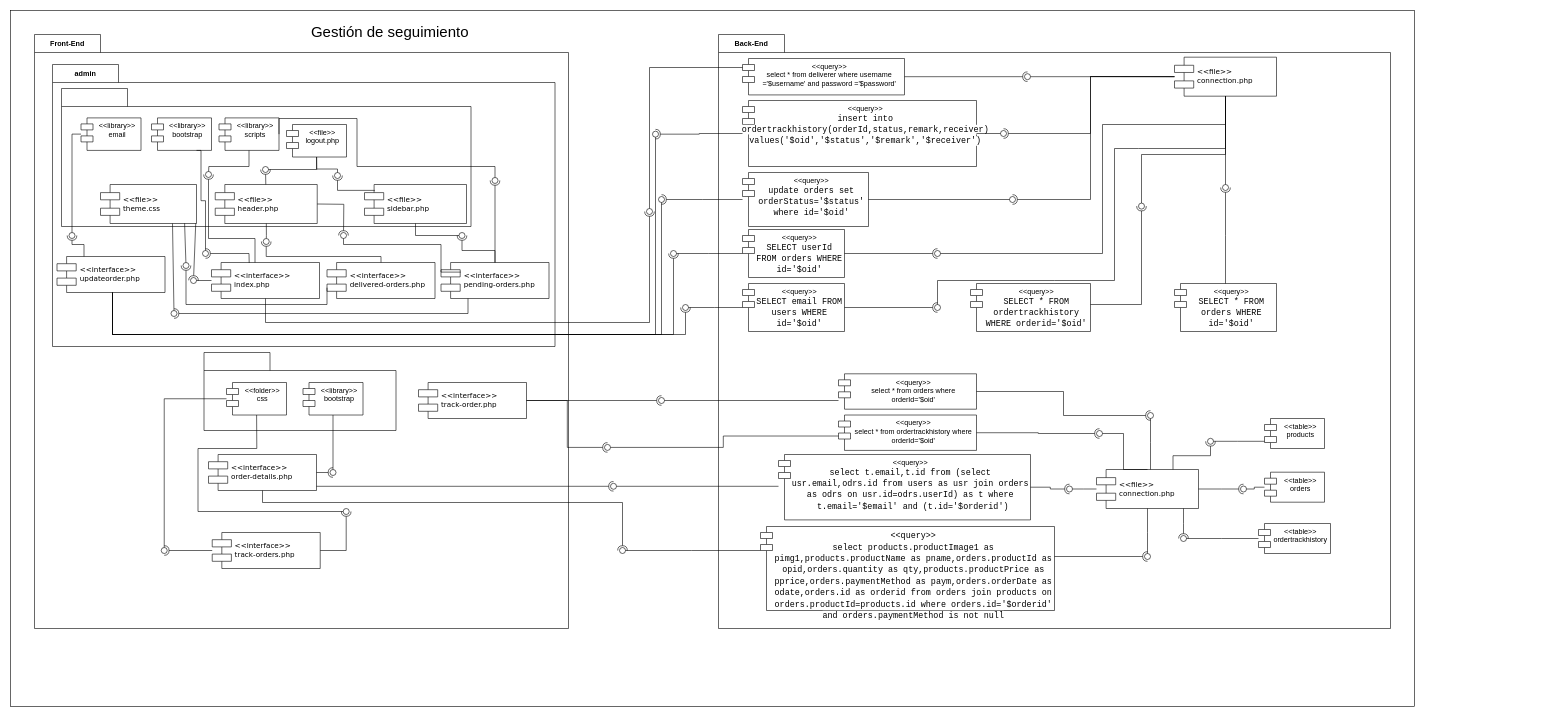
Before: Diagramas/DiagramaNuevoJorge.drawio in JorgeADnro/Torres, a draw.io diagram. Source tidied: cells renumbered, new cells numbered last; positions are measured from the earlier drawing's top-left corner, leaving out a move shared by most shapes. Both pictures are drawn from the tidied source at 60%, with x=0, y=0 at pixel (10, 10).
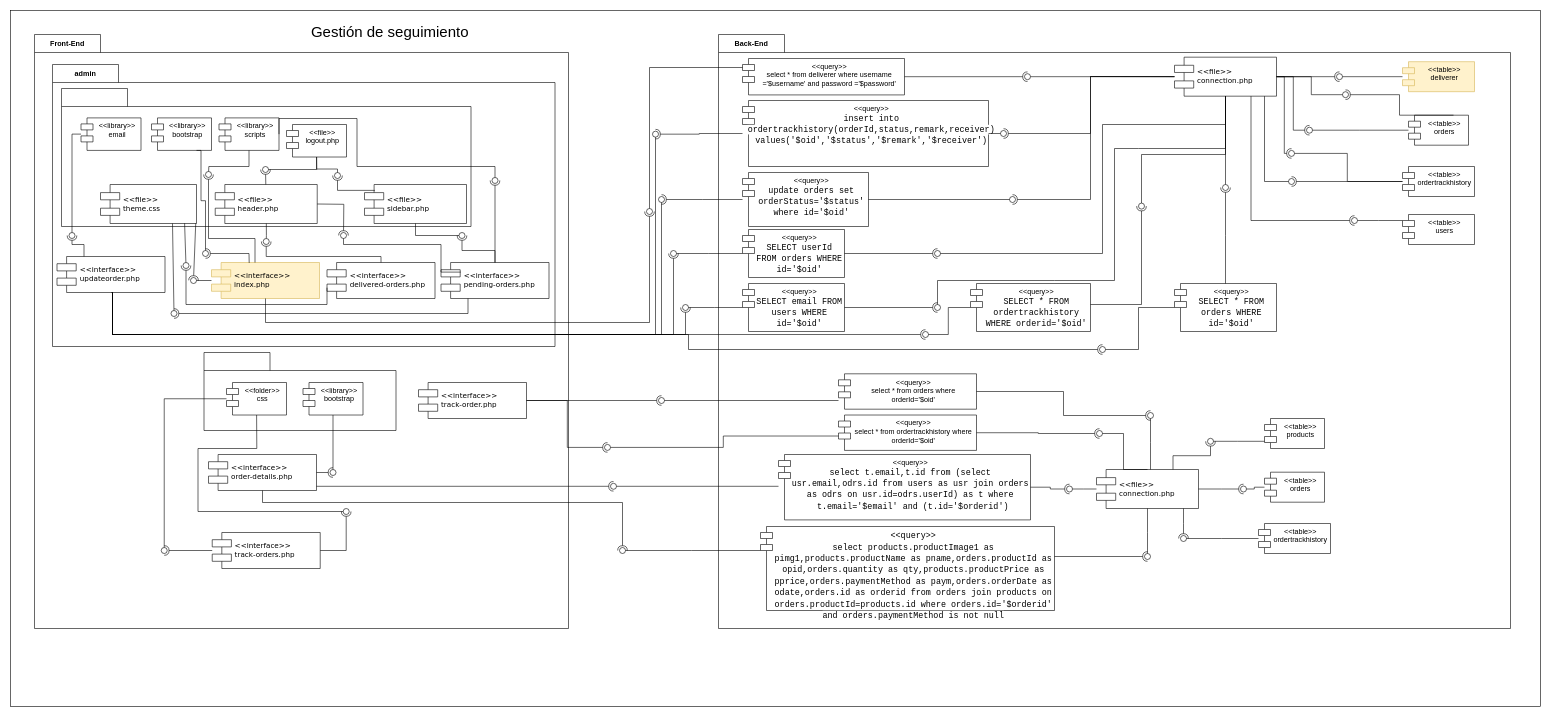
The same page after the edit.

Unchanged cells that the change refers to:
```xml
<mxCell id="120" value="&amp;lt;&amp;lt;file&amp;gt;&amp;gt;&lt;br&gt;connection.php" style="shape=component;align=left;spacingLeft=36;rounded=0;shadow=0;comic=0;labelBackgroundColor=none;strokeWidth=1;fontFamily=Verdana;fontSize=12;html=1;" parent="1" vertex="1">
  <mxGeometry x="1940" y="77.8" width="170" height="65" as="geometry" />
</mxCell>
<mxCell id="141" value="&amp;lt;&amp;lt;query&amp;gt;&amp;gt;&lt;br&gt;&lt;div style=&quot;font-family: Consolas, &amp;quot;Courier New&amp;quot;, monospace; font-size: 14px; line-height: 19px;&quot;&gt;&lt;span style=&quot;background-color: rgb(255, 255, 255);&quot;&gt;SELECT * FROM ordertrackhistory WHERE orderid='$oid'&lt;/span&gt;&lt;/div&gt;" style="shape=module;align=left;spacingLeft=20;align=center;verticalAlign=top;whiteSpace=wrap;html=1;" parent="1" vertex="1">
  <mxGeometry x="1600" y="455" width="200" height="80" as="geometry" />
</mxCell>
<mxCell id="142" value="&amp;lt;&amp;lt;query&amp;gt;&amp;gt;&lt;br&gt;&lt;div style=&quot;font-family: Consolas, &amp;quot;Courier New&amp;quot;, monospace; font-size: 14px; line-height: 19px;&quot;&gt;&lt;span style=&quot;background-color: rgb(255, 255, 255);&quot;&gt;SELECT * FROM orders WHERE id='$oid'&lt;/span&gt;&lt;/div&gt;" style="shape=module;align=left;spacingLeft=20;align=center;verticalAlign=top;whiteSpace=wrap;html=1;" parent="1" vertex="1">
  <mxGeometry x="1940" y="455" width="170" height="80" as="geometry" />
</mxCell>
```

Change to the diagram source:
```diff
@@
     <mxCell id="2" style="rounded=0;whiteSpace=wrap;html=1;" parent="1" vertex="1">
-      <mxGeometry width="2340" height="1160" as="geometry" />
+      <mxGeometry width="2550" height="1160" as="geometry" />
     </mxCell>
@@
-    <mxCell id="10" value="&amp;lt;&amp;lt;interface&amp;gt;&amp;gt;&lt;br&gt;index.php" style="shape=component;align=left;spacingLeft=36;rounded=0;shadow=0;comic=0;labelBackgroundColor=none;strokeWidth=1;fontFamily=Verdana;fontSize=12;html=1;" parent="1" vertex="1">
+    <mxCell id="10" value="&amp;lt;&amp;lt;interface&amp;gt;&amp;gt;&lt;br&gt;index.php" style="shape=component;align=left;spacingLeft=36;rounded=0;shadow=0;comic=0;labelBackgroundColor=none;strokeWidth=1;fontFamily=Verdana;fontSize=12;html=1;fillColor=#fff2cc;strokeColor=#d6b656;" parent="1" vertex="1">
       <mxGeometry x="335" y="420" width="180" height="60" as="geometry" />
     </mxCell>
@@
     <mxCell id="78" value="Back-End" style="shape=folder;fontStyle=1;tabWidth=110;tabHeight=30;tabPosition=left;html=1;boundedLbl=1;labelInHeader=1;whiteSpace=wrap;" parent="1" vertex="1">
-      <mxGeometry x="1180" y="40" width="1120" height="990" as="geometry" />
+      <mxGeometry x="1180" y="40" width="1320" height="990" as="geometry" />
     </mxCell>
@@
     <mxCell id="125" value="&amp;lt;&amp;lt;query&amp;gt;&amp;gt;&lt;br&gt;&lt;div style=&quot;font-family: Consolas, &amp;quot;Courier New&amp;quot;, monospace; font-size: 14px; line-height: 19px;&quot;&gt;&lt;span style=&quot;background-color: rgb(255, 255, 255);&quot;&gt;insert into ordertrackhistory(orderId,status,remark,receiver) values('$oid','$status','$remark','$receiver')&lt;/span&gt;&lt;/div&gt;" style="shape=module;align=left;spacingLeft=20;align=center;verticalAlign=top;whiteSpace=wrap;html=1;" parent="1" vertex="1">
-      <mxGeometry x="1220" y="150" width="390" height="110" as="geometry" />
+      <mxGeometry x="1220" y="150" width="410" height="110" as="geometry" />
     </mxCell>
@@
+    <mxCell id="164" value="&amp;lt;&amp;lt;table&amp;gt;&amp;gt;&lt;br&gt;orders" style="shape=module;align=left;spacingLeft=20;align=center;verticalAlign=top;whiteSpace=wrap;html=1;" parent="1" vertex="1">
+      <mxGeometry x="2330" y="174.5" width="100" height="50" as="geometry" />
+    </mxCell>
+    <mxCell id="165" value="&amp;lt;&amp;lt;table&amp;gt;&amp;gt;&lt;br&gt;ordertrackhistory" style="shape=module;align=left;spacingLeft=20;align=center;verticalAlign=top;whiteSpace=wrap;html=1;" parent="1" vertex="1">
+      <mxGeometry x="2320" y="260" width="120" height="50" as="geometry" />
+    </mxCell>
+    <mxCell id="166" value="&amp;lt;&amp;lt;table&amp;gt;&amp;gt;&lt;br&gt;users" style="shape=module;align=left;spacingLeft=20;align=center;verticalAlign=top;whiteSpace=wrap;html=1;" parent="1" vertex="1">
+      <mxGeometry x="2320" y="340" width="120" height="50" as="geometry" />
+    </mxCell>
+    <mxCell id="167" value="&amp;lt;&amp;lt;table&amp;gt;&amp;gt;&lt;br&gt;deliverer" style="shape=module;align=left;spacingLeft=20;align=center;verticalAlign=top;whiteSpace=wrap;html=1;fillColor=#fff2cc;strokeColor=#d6b656;" parent="1" vertex="1">
+      <mxGeometry x="2320" y="85.3" width="120" height="50" as="geometry" />
+    </mxCell>
+    <mxCell id="168" style="rounded=0;jettySize=auto;html=1;endArrow=halfCircle;endFill=0;endSize=6;strokeWidth=1;sketch=0;" parent="1" edge="1" source="120" target="170">
+      <mxGeometry relative="1" as="geometry" />
+    </mxCell>
+    <mxCell id="169" style="rounded=0;jettySize=auto;html=1;endArrow=oval;endFill=0;sketch=0;sourcePerimeterSpacing=0;targetPerimeterSpacing=0;endSize=10;" parent="1" edge="1" source="167" target="170">
+      <mxGeometry relative="1" as="geometry" />
+    </mxCell>
+    <mxCell id="170" style="ellipse;whiteSpace=wrap;html=1;align=center;fillColor=none;strokeColor=none;perimeter=centerPerimeter;points=[];outlineConnect=1;" parent="1" vertex="1">
+      <mxGeometry x="2210" y="105.3" width="10" height="10" as="geometry" />
+    </mxCell>
+    <mxCell id="171" style="rounded=0;jettySize=auto;html=1;endArrow=halfCircle;endFill=0;endSize=6;strokeWidth=1;sketch=0;edgeStyle=elbowEdgeStyle;exitX=0.75;exitY=0;exitDx=0;exitDy=0;" parent="1" edge="1" source="164" target="173">
+      <mxGeometry relative="1" as="geometry" />
+    </mxCell>
+    <mxCell id="172" style="rounded=0;jettySize=auto;html=1;endArrow=oval;endFill=0;sketch=0;sourcePerimeterSpacing=0;targetPerimeterSpacing=0;endSize=10;edgeStyle=elbowEdgeStyle;" parent="1" edge="1" source="120" target="173">
+      <mxGeometry relative="1" as="geometry" />
+    </mxCell>
+    <mxCell id="173" style="ellipse;whiteSpace=wrap;html=1;align=center;fillColor=none;strokeColor=none;perimeter=centerPerimeter;points=[];outlineConnect=1;" parent="1" vertex="1">
+      <mxGeometry x="2220" y="135.3" width="10" height="10" as="geometry" />
+    </mxCell>
+    <mxCell id="174" style="rounded=0;jettySize=auto;html=1;endArrow=halfCircle;endFill=0;endSize=6;strokeWidth=1;sketch=0;edgeStyle=elbowEdgeStyle;" parent="1" edge="1" source="120" target="176">
+      <mxGeometry relative="1" as="geometry" />
+    </mxCell>
+    <mxCell id="175" style="rounded=0;jettySize=auto;html=1;endArrow=oval;endFill=0;sketch=0;sourcePerimeterSpacing=0;targetPerimeterSpacing=0;endSize=10;edgeStyle=elbowEdgeStyle;" parent="1" edge="1" source="164" target="176">
+      <mxGeometry relative="1" as="geometry" />
+    </mxCell>
+    <mxCell id="176" style="ellipse;whiteSpace=wrap;html=1;align=center;fillColor=none;strokeColor=none;perimeter=centerPerimeter;points=[];outlineConnect=1;" parent="1" vertex="1">
+      <mxGeometry x="2160" y="194.5" width="10" height="10" as="geometry" />
+    </mxCell>
+    <mxCell id="177" style="rounded=0;jettySize=auto;html=1;endArrow=halfCircle;endFill=0;endSize=6;strokeWidth=1;sketch=0;edgeStyle=elbowEdgeStyle;elbow=vertical;exitX=0.75;exitY=1;exitDx=0;exitDy=0;" parent="1" edge="1" source="120" target="179">
+      <mxGeometry relative="1" as="geometry">
+        <Array as="points">
+          <mxPoint x="2160" y="350" />
+        </Array>
+      </mxGeometry>
+    </mxCell>
+    <mxCell id="178" style="rounded=0;jettySize=auto;html=1;endArrow=oval;endFill=0;sketch=0;sourcePerimeterSpacing=0;targetPerimeterSpacing=0;endSize=10;edgeStyle=elbowEdgeStyle;elbow=vertical;" parent="1" edge="1" source="166" target="179">
+      <mxGeometry relative="1" as="geometry" />
+    </mxCell>
+    <mxCell id="179" style="ellipse;whiteSpace=wrap;html=1;align=center;fillColor=none;strokeColor=none;perimeter=centerPerimeter;points=[];outlineConnect=1;" parent="1" vertex="1">
+      <mxGeometry x="2235" y="345" width="10" height="10" as="geometry" />
+    </mxCell>
+    <mxCell id="180" style="rounded=0;jettySize=auto;html=1;endArrow=halfCircle;endFill=0;endSize=6;strokeWidth=1;sketch=0;edgeStyle=elbowEdgeStyle;" parent="1" edge="1" source="165" target="182">
+      <mxGeometry relative="1" as="geometry" />
+    </mxCell>
+    <mxCell id="181" style="rounded=0;jettySize=auto;html=1;endArrow=oval;endFill=0;sketch=0;sourcePerimeterSpacing=0;targetPerimeterSpacing=0;endSize=10;edgeStyle=elbowEdgeStyle;" parent="1" edge="1" source="120" target="182">
+      <mxGeometry relative="1" as="geometry">
+        <Array as="points">
+          <mxPoint x="2090" y="190" />
+        </Array>
+      </mxGeometry>
+    </mxCell>
+    <mxCell id="182" style="ellipse;whiteSpace=wrap;html=1;align=center;fillColor=none;strokeColor=none;perimeter=centerPerimeter;points=[];outlineConnect=1;" parent="1" vertex="1">
+      <mxGeometry x="2130" y="280" width="10" height="10" as="geometry" />
+    </mxCell>
+    <mxCell id="183" style="rounded=0;jettySize=auto;html=1;endArrow=halfCircle;endFill=0;endSize=6;strokeWidth=1;sketch=0;edgeStyle=elbowEdgeStyle;" parent="1" edge="1" source="120" target="185">
+      <mxGeometry relative="1" as="geometry" />
+    </mxCell>
+    <mxCell id="184" style="rounded=0;jettySize=auto;html=1;endArrow=oval;endFill=0;sketch=0;sourcePerimeterSpacing=0;targetPerimeterSpacing=0;endSize=10;edgeStyle=elbowEdgeStyle;" parent="1" edge="1" source="165" target="185">
+      <mxGeometry relative="1" as="geometry" />
+    </mxCell>
+    <mxCell id="185" style="ellipse;whiteSpace=wrap;html=1;align=center;fillColor=none;strokeColor=none;perimeter=centerPerimeter;points=[];outlineConnect=1;" parent="1" vertex="1">
+      <mxGeometry x="2130" y="233.2" width="10" height="10" as="geometry" />
+    </mxCell>
+    <mxCell id="186" style="rounded=0;jettySize=auto;html=1;endArrow=halfCircle;endFill=0;endSize=6;strokeWidth=1;sketch=0;edgeStyle=elbowEdgeStyle;" parent="1" edge="1" target="188">
+      <mxGeometry relative="1" as="geometry">
+        <mxPoint x="168" y="470" as="sourcePoint" />
+        <Array as="points">
+          <mxPoint x="170" y="530" />
+        </Array>
+      </mxGeometry>
+    </mxCell>
+    <mxCell id="187" style="rounded=0;jettySize=auto;html=1;endArrow=oval;endFill=0;sketch=0;sourcePerimeterSpacing=0;targetPerimeterSpacing=0;endSize=10;edgeStyle=elbowEdgeStyle;" parent="1" edge="1" source="141" target="188">
+      <mxGeometry relative="1" as="geometry" />
+    </mxCell>
+    <mxCell id="188" style="ellipse;whiteSpace=wrap;html=1;align=center;fillColor=none;strokeColor=none;perimeter=centerPerimeter;points=[];outlineConnect=1;" parent="1" vertex="1">
+      <mxGeometry x="1520" y="535" width="10" height="10" as="geometry" />
+    </mxCell>
+    <mxCell id="189" style="rounded=0;jettySize=auto;html=1;endArrow=halfCircle;endFill=0;endSize=6;strokeWidth=1;sketch=0;" parent="1" edge="1" target="191">
+      <mxGeometry relative="1" as="geometry">
+        <mxPoint x="170" y="470" as="sourcePoint" />
+        <Array as="points">
+          <mxPoint x="170" y="540" />
+          <mxPoint x="1130" y="540" />
+          <mxPoint x="1130" y="565" />
+        </Array>
+      </mxGeometry>
+    </mxCell>
+    <mxCell id="190" style="rounded=0;jettySize=auto;html=1;endArrow=oval;endFill=0;sketch=0;sourcePerimeterSpacing=0;targetPerimeterSpacing=0;endSize=10;edgeStyle=elbowEdgeStyle;" parent="1" edge="1" source="142" target="191">
+      <mxGeometry relative="1" as="geometry" />
+    </mxCell>
+    <mxCell id="191" style="ellipse;whiteSpace=wrap;html=1;align=center;fillColor=none;strokeColor=none;perimeter=centerPerimeter;points=[];outlineConnect=1;" parent="1" vertex="1">
+      <mxGeometry x="1815" y="560" width="10" height="10" as="geometry" />
+    </mxCell>
```
